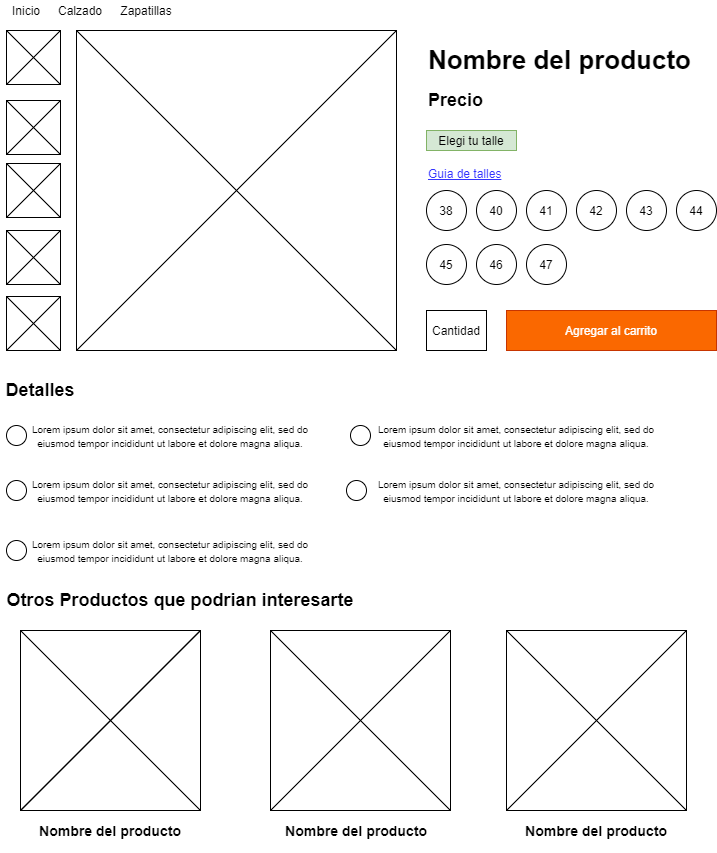
The draw.io diagram wireframes/Detalle del Producto(wireframe).png in SantiagoDiFiore/grupo_6_Zapatillas, before a commit. Source tidied: cells renumbered, new cells last; positions are measured from the earlier drawing's top-left corner, leaving out a move shared by most shapes.
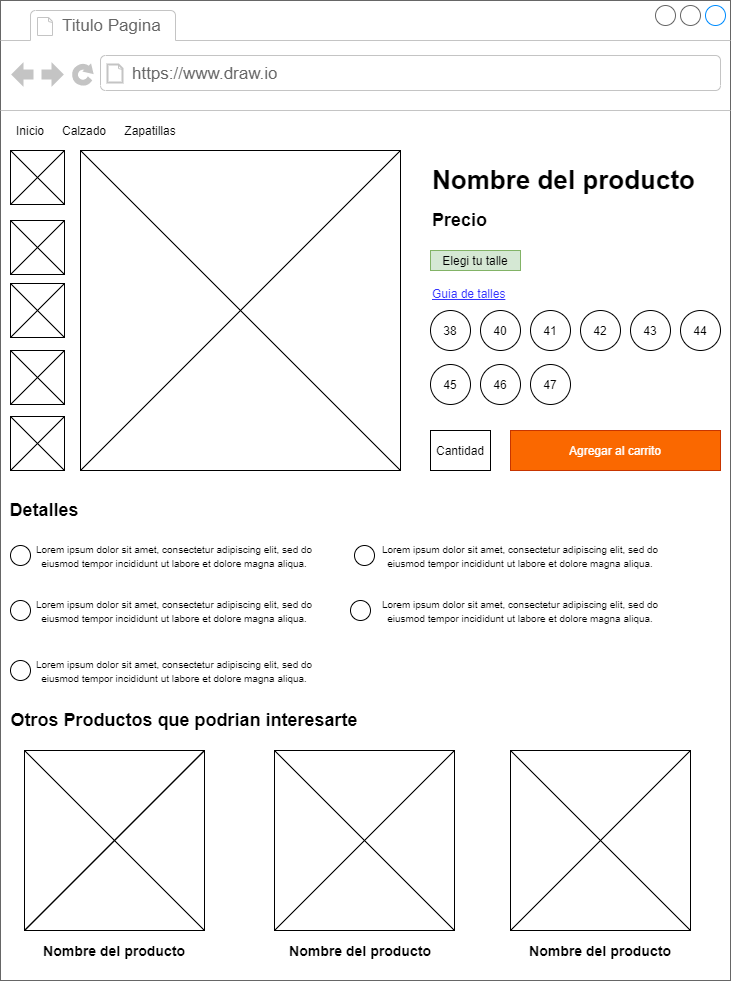
After the change.

Commit message:
Modificacion fondo wireframe

The edit, as a diff of the source:
```diff
@@ -2,6 +2,15 @@
   <root>
     <mxCell id="0" />
     <mxCell id="1" parent="0" />
+    <mxCell id="63" style="strokeWidth=1;shadow=0;dashed=0;align=center;html=1;shape=mxgraph.mockup.containers.browserWindow;rSize=0;strokeColor=#666666;strokeColor2=#008cff;strokeColor3=#c4c4c4;mainText=,;" parent="1" vertex="1">
+      <mxGeometry x="-4" y="-120" width="730" height="980" as="geometry" />
+    </mxCell>
+    <mxCell id="64" value="Titulo Pagina" style="strokeWidth=1;shadow=0;dashed=0;align=center;html=1;shape=mxgraph.mockup.containers.anchor;fontSize=17;fontColor=#666666;align=left;" parent="63" vertex="1">
+      <mxGeometry x="60" y="12" width="110" height="26" as="geometry" />
+    </mxCell>
+    <mxCell id="65" value="https://www.draw.io" style="strokeWidth=1;shadow=0;dashed=0;align=center;html=1;shape=mxgraph.mockup.containers.anchor;rSize=0;fontSize=17;fontColor=#666666;align=left;" parent="63" vertex="1">
+      <mxGeometry x="130" y="60" width="250" height="26" as="geometry" />
+    </mxCell>
     <mxCell id="2" style="whiteSpace=wrap;html=1;" parent="1" vertex="1">
       <mxGeometry x="76" y="30" width="320" height="320" as="geometry" />
     </mxCell>
```
